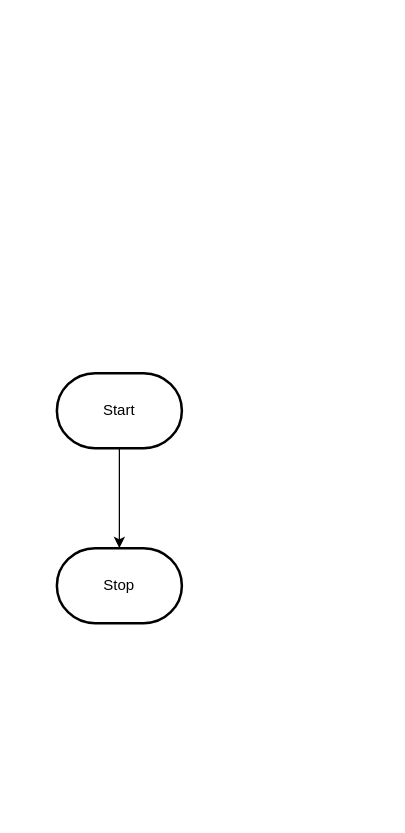
The draw.io diagram design/flowchart.drawio in MTHS-ICD2O-1-2023/ICD2O-Assignment-06-Julianne-Leblanc-Peltier, before the edit. Source tidied: cells renumbered, new cells numbered last; positions are measured from the earlier drawing's top-left corner, leaving out a move shared by most shapes. Both pictures are drawn from the tidied source at 125%, with x=0, y=0 at pixel (56, 372).
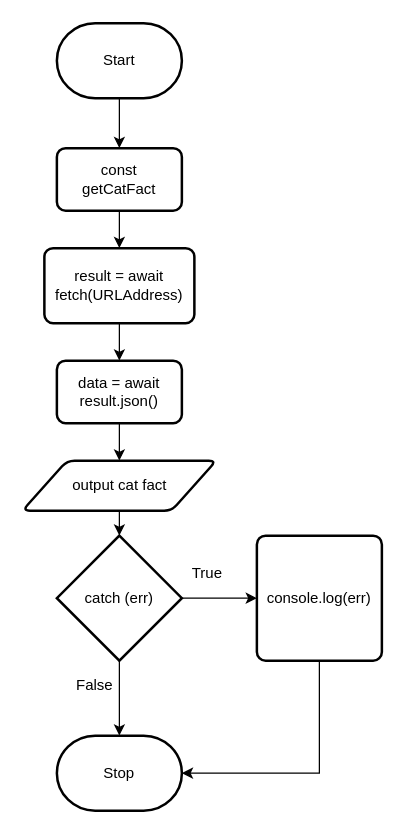
Above is the later version.

Commit message (it also covers changes not shown here):
added flowchart and storyboard

Diff of the diagram source:
```diff
@@
-    <mxCell id="2" style="edgeStyle=orthogonalEdgeStyle;html=1;rounded=0;" parent="1" edge="1" source="3" target="4">
-      <mxGeometry relative="1" as="geometry" />
-    </mxCell>
+    <mxCell id="5" style="edgeStyle=none;html=1;exitX=0.5;exitY=1;exitDx=0;exitDy=0;exitPerimeter=0;entryX=0.5;entryY=0;entryDx=0;entryDy=0;" parent="1" edge="1" source="3" target="2">
+      <mxGeometry relative="1" as="geometry" />
+    </mxCell>
     <mxCell id="3" value="Start" style="strokeWidth=2;html=1;shape=mxgraph.flowchart.terminator;whiteSpace=wrap;" parent="1" vertex="1">
-      <mxGeometry width="100" height="60" as="geometry" />
+      <mxGeometry y="-280" width="100" height="60" as="geometry" />
     </mxCell>
     <mxCell id="4" value="Stop" style="strokeWidth=2;html=1;shape=mxgraph.flowchart.terminator;whiteSpace=wrap;" parent="1" vertex="1">
-      <mxGeometry y="140" width="100" height="60" as="geometry" />
+      <mxGeometry y="290" width="100" height="60" as="geometry" />
     </mxCell>
+    <mxCell id="6" style="edgeStyle=none;html=1;exitX=0.5;exitY=1;exitDx=0;exitDy=0;" parent="1" edge="1" source="2" target="8">
+      <mxGeometry relative="1" as="geometry" />
+    </mxCell>
+    <mxCell id="2" value="const&lt;br&gt;getCatFact" style="rounded=1;whiteSpace=wrap;html=1;absoluteArcSize=1;arcSize=14;strokeWidth=2;" parent="1" vertex="1">
+      <mxGeometry y="-180" width="100" height="50" as="geometry" />
+    </mxCell>
+    <mxCell id="7" style="edgeStyle=none;html=1;exitX=0.5;exitY=1;exitDx=0;exitDy=0;" parent="1" edge="1" source="8" target="10">
+      <mxGeometry relative="1" as="geometry" />
+    </mxCell>
+    <mxCell id="8" value="result = await fetch(URLAddress)" style="rounded=1;whiteSpace=wrap;html=1;absoluteArcSize=1;arcSize=14;strokeWidth=2;" parent="1" vertex="1">
+      <mxGeometry x="-10" y="-100" width="120" height="60" as="geometry" />
+    </mxCell>
+    <mxCell id="9" style="edgeStyle=none;html=1;exitX=0.5;exitY=1;exitDx=0;exitDy=0;entryX=0.5;entryY=0;entryDx=0;entryDy=0;" parent="1" edge="1" source="10" target="12">
+      <mxGeometry relative="1" as="geometry" />
+    </mxCell>
+    <mxCell id="10" value="data = await result.json()" style="rounded=1;whiteSpace=wrap;html=1;absoluteArcSize=1;arcSize=14;strokeWidth=2;" parent="1" vertex="1">
+      <mxGeometry y="-10" width="100" height="50" as="geometry" />
+    </mxCell>
+    <mxCell id="11" style="edgeStyle=none;html=1;exitX=0.5;exitY=1;exitDx=0;exitDy=0;entryX=0.5;entryY=0;entryDx=0;entryDy=0;entryPerimeter=0;" parent="1" edge="1" source="12" target="15">
+      <mxGeometry relative="1" as="geometry" />
+    </mxCell>
+    <mxCell id="12" value="output cat fact" style="shape=parallelogram;html=1;strokeWidth=2;perimeter=parallelogramPerimeter;whiteSpace=wrap;rounded=1;arcSize=12;size=0.23;" parent="1" vertex="1">
+      <mxGeometry x="-27.5" y="70" width="155" height="40" as="geometry" />
+    </mxCell>
+    <mxCell id="13" style="edgeStyle=none;html=1;exitX=1;exitY=0.5;exitDx=0;exitDy=0;exitPerimeter=0;entryX=0;entryY=0.5;entryDx=0;entryDy=0;" parent="1" edge="1" source="15" target="17">
+      <mxGeometry relative="1" as="geometry" />
+    </mxCell>
+    <mxCell id="14" style="edgeStyle=none;rounded=0;html=1;exitX=0.5;exitY=1;exitDx=0;exitDy=0;exitPerimeter=0;entryX=0.5;entryY=0;entryDx=0;entryDy=0;entryPerimeter=0;" parent="1" edge="1" source="15" target="4">
+      <mxGeometry relative="1" as="geometry" />
+    </mxCell>
+    <mxCell id="15" value="catch (err)" style="strokeWidth=2;html=1;shape=mxgraph.flowchart.decision;whiteSpace=wrap;" parent="1" vertex="1">
+      <mxGeometry y="130" width="100" height="100" as="geometry" />
+    </mxCell>
+    <mxCell id="16" style="edgeStyle=none;html=1;exitX=0.5;exitY=1;exitDx=0;exitDy=0;entryX=1;entryY=0.5;entryDx=0;entryDy=0;entryPerimeter=0;rounded=0;" parent="1" edge="1" source="17" target="4">
+      <mxGeometry relative="1" as="geometry">
+        <Array as="points">
+          <mxPoint x="210" y="320" />
+        </Array>
+      </mxGeometry>
+    </mxCell>
+    <mxCell id="17" value="console.log(err)" style="rounded=1;whiteSpace=wrap;html=1;absoluteArcSize=1;arcSize=14;strokeWidth=2;" parent="1" vertex="1">
+      <mxGeometry x="160" y="130" width="100" height="100" as="geometry" />
+    </mxCell>
+    <mxCell id="18" value="True" style="text;html=1;align=center;verticalAlign=middle;strokeColor=none;fillColor=none;" parent="1" vertex="1">
+      <mxGeometry x="95" y="145" width="50" height="30" as="geometry" />
+    </mxCell>
+    <mxCell id="19" value="False" style="text;html=1;align=center;verticalAlign=middle;strokeColor=none;fillColor=none;" parent="1" vertex="1">
+      <mxGeometry x="5" y="235" width="50" height="30" as="geometry" />
+    </mxCell>
```
